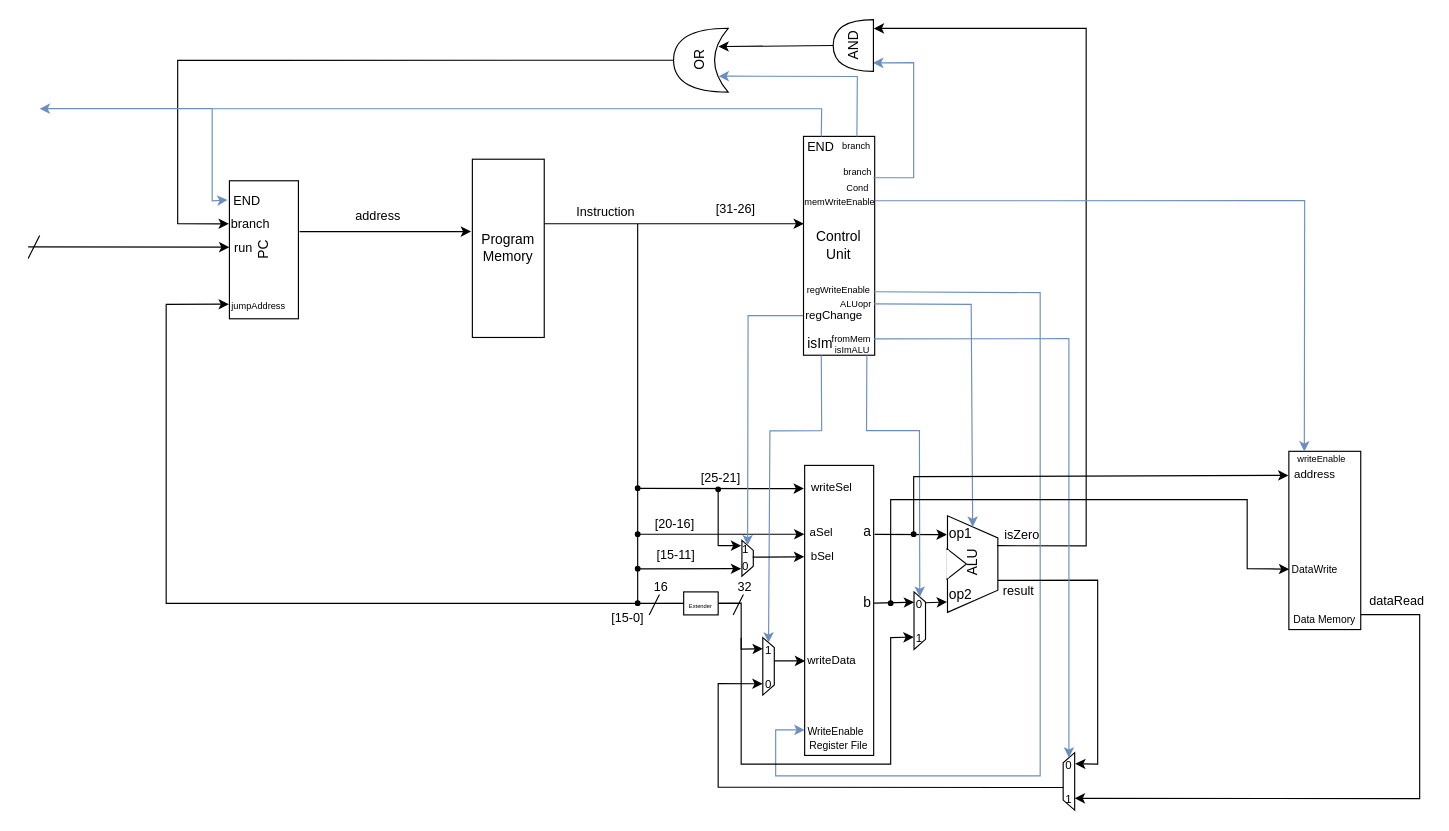
NinjaKnight1/ComputerSystemerCellDetection2 keeps this draw.io diagram as Help.drawio. Above is the earlier version. Source tidied: cells renumbered, new cells numbered last; positions are measured from the earlier drawing's top-left corner, leaving out a move shared by most shapes. Both pictures are drawn from the tidied source at 115%, with x=0, y=0 at pixel (28, 20).
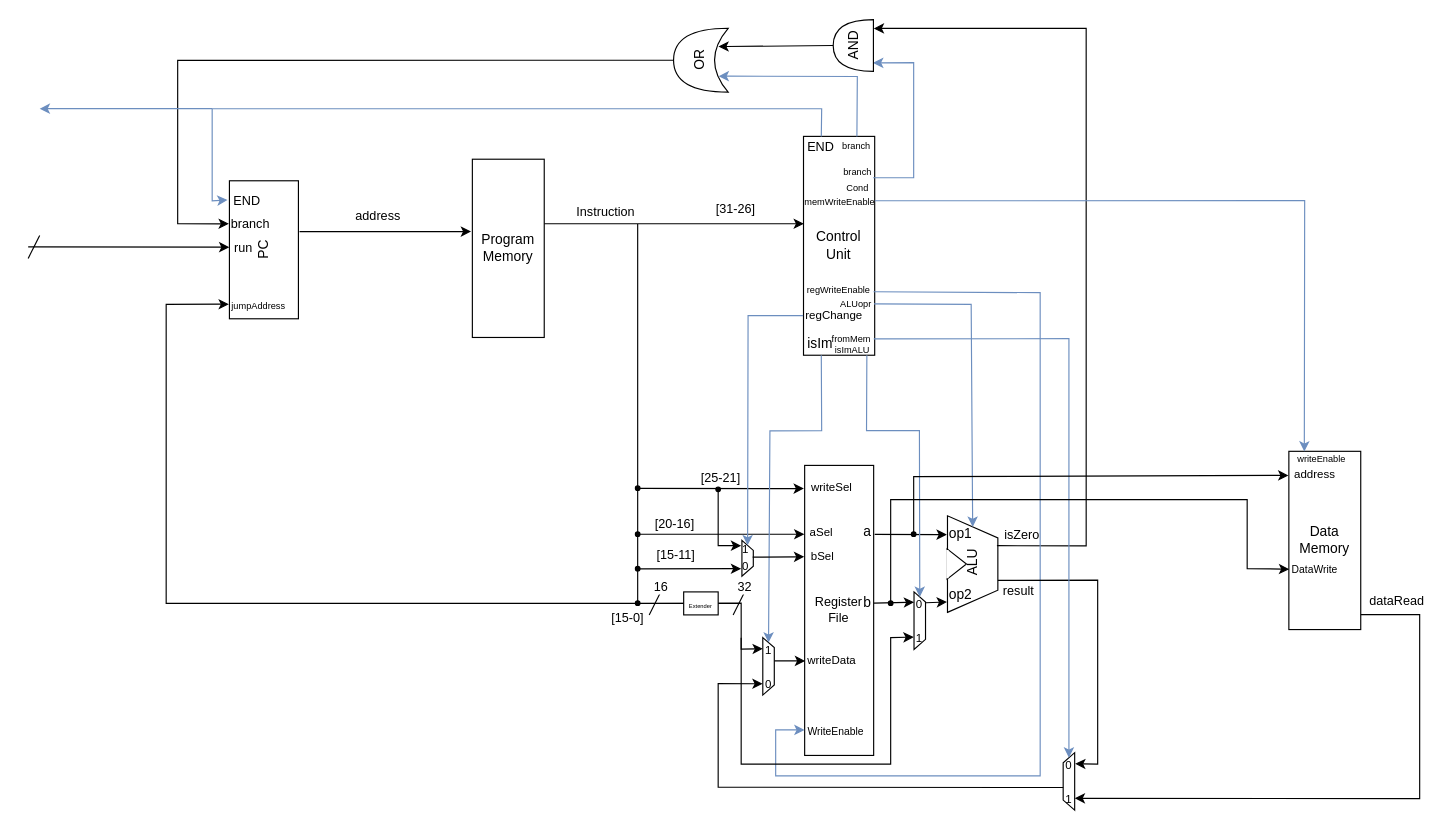
After the change.

What changed in the source:
```diff
@@
-    <mxCell id="5" value="&lt;font style=&quot;font-size: 9px;&quot;&gt;Register File&lt;/font&gt;" style="rounded=0;whiteSpace=wrap;rotation=90;html=1;horizontal=0;verticalAlign=bottom;align=center;glass=0;shadow=0;" parent="1" vertex="1">
+    <mxCell id="5" value="&lt;font style=&quot;font-size: 11px;&quot;&gt;&lt;span style=&quot;font-size: 11px;&quot;&gt;Register File&lt;/span&gt;&lt;/font&gt;" style="rounded=0;whiteSpace=wrap;rotation=90;html=1;horizontal=0;verticalAlign=middle;align=center;glass=0;shadow=0;fontSize=11;" parent="1" vertex="1">
       <mxGeometry x="579.1" y="483.3" width="252.2" height="60" as="geometry" />
     </mxCell>
@@
-    <mxCell id="56" value="Data Memory" style="rounded=0;whiteSpace=wrap;html=1;rotation=90;horizontal=0;verticalAlign=bottom;fontSize=9;" parent="1" vertex="1">
+    <mxCell id="56" value="&lt;font style=&quot;font-size: 12px;&quot;&gt;Data Memory&lt;/font&gt;" style="rounded=0;whiteSpace=wrap;html=1;rotation=90;horizontal=0;verticalAlign=middle;fontSize=9;" parent="1" vertex="1">
       <mxGeometry x="1050" y="421.2" width="155" height="62.5" as="geometry" />
     </mxCell>
```
